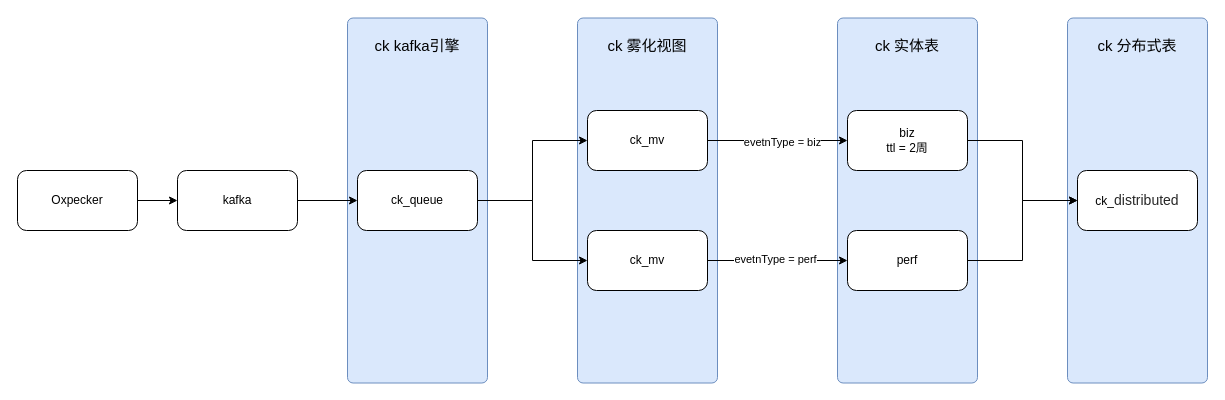
The draw.io diagram oxpecker.drawio in maxuewen/draw.io, before the edit. Source tidied: cells renumbered, new cells numbered last; positions are measured from the earlier drawing's top-left corner, leaving out a move shared by most shapes. Both pictures are drawn from the tidied source at 100%, with x=0, y=0 at pixel (17, 18).
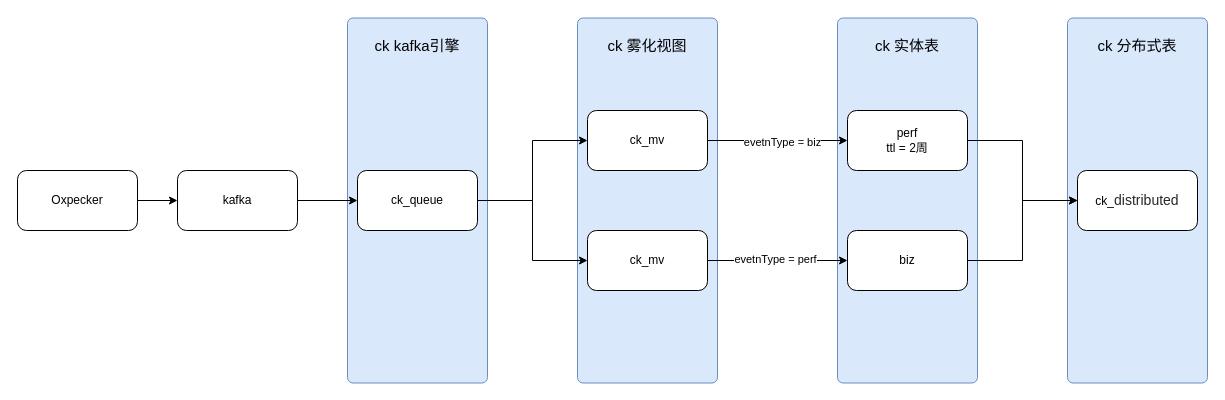
The same diagram, later.

Change to the diagram source:
```diff
@@
-    <mxCell id="18" value="perf" style="rounded=1;whiteSpace=wrap;html=1;" parent="1" vertex="1">
+    <mxCell id="18" value="biz" style="rounded=1;whiteSpace=wrap;html=1;" parent="1" vertex="1">
       <mxGeometry x="830" y="212" width="120" height="60" as="geometry" />
     </mxCell>
@@
-    <mxCell id="20" value="biz&lt;br&gt;ttl = 2周" style="rounded=1;whiteSpace=wrap;html=1;" parent="1" vertex="1">
+    <mxCell id="20" value="perf&lt;br&gt;ttl = 2周" style="rounded=1;whiteSpace=wrap;html=1;" parent="1" vertex="1">
       <mxGeometry x="830" y="92" width="120" height="60" as="geometry" />
     </mxCell>
```
